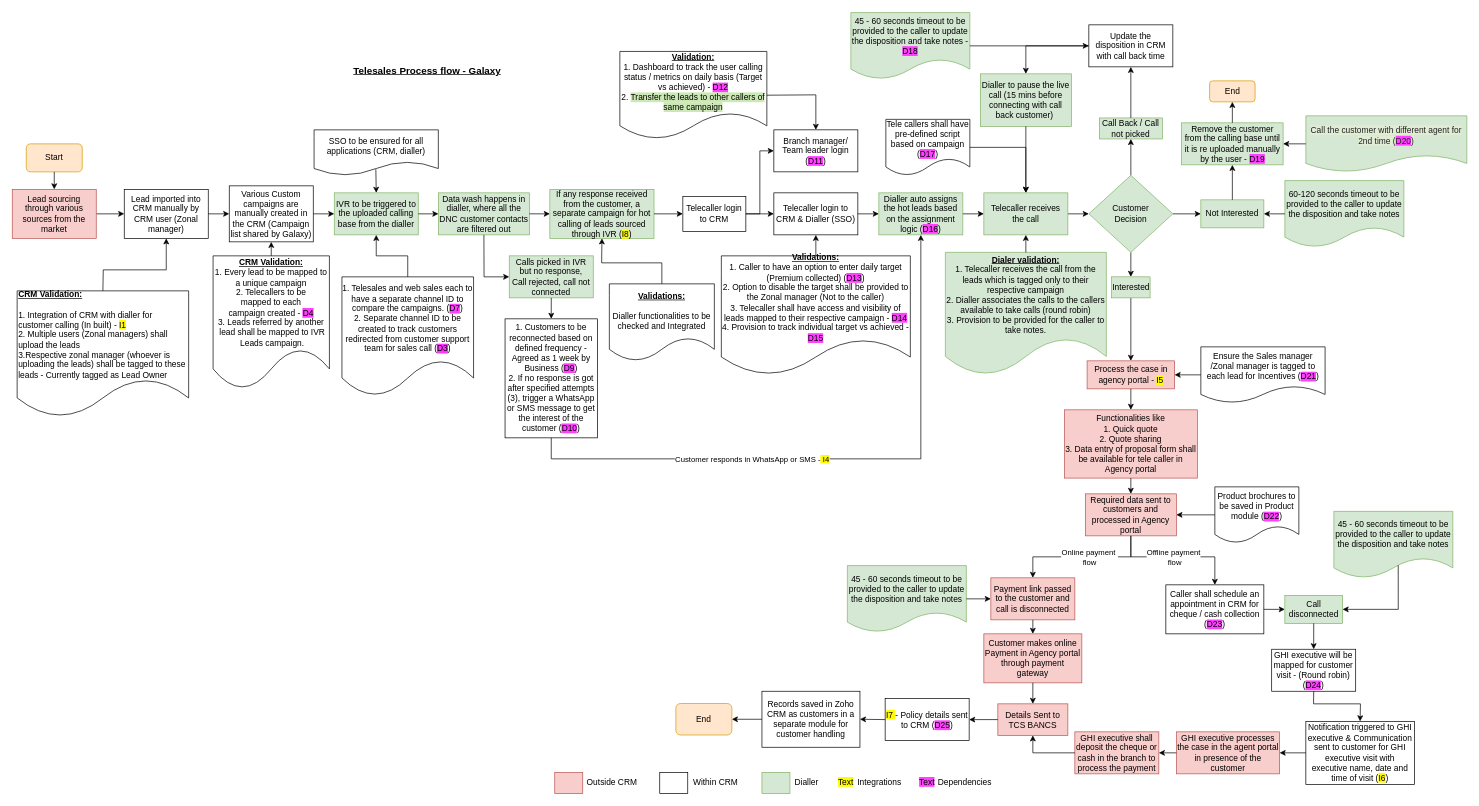
shaileshsreedar/Galaxy keeps this draw.io diagram as TeleSales Revised.drawio. Above is the earlier version. Source tidied: cells renumbered, new cells numbered last; positions are measured from the earlier drawing's top-left corner, leaving out a move shared by most shapes. Both pictures are drawn from the tidied source at 70%, with x=0, y=0 at pixel (12, 12).
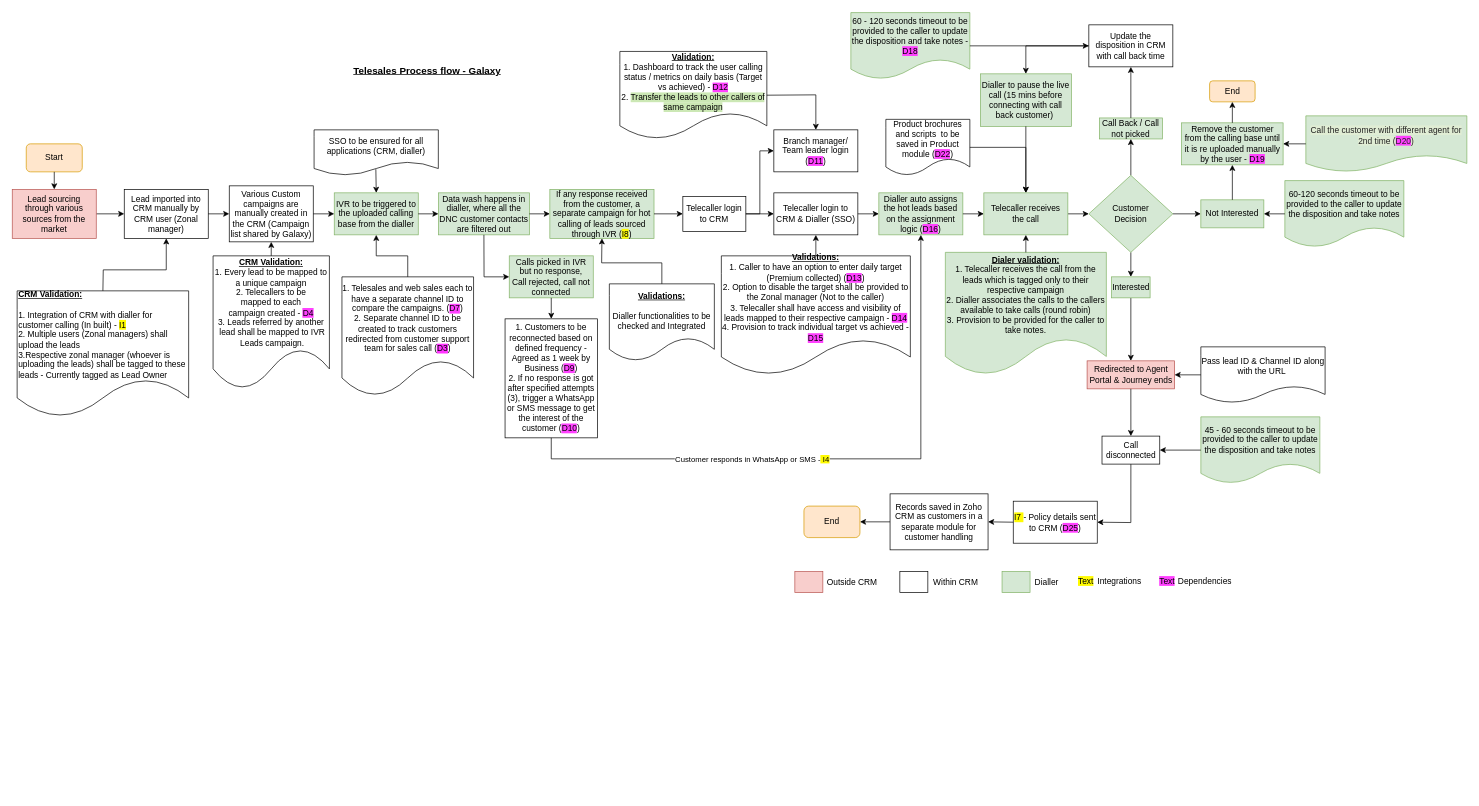
Above is the later version.

Change to the diagram source:
```diff
@@
-    <mxCell id="16" value="Process the case in agency portal - &lt;span style=&quot;background-color: rgb(255, 251, 0);&quot;&gt;I5&lt;/span&gt;" style="whiteSpace=wrap;html=1;fillColor=#f8cecc;strokeColor=#b85450;" parent="1" vertex="1">
+    <mxCell id="16" value="Redirected to Agent Portal &amp;amp; Journey ends" style="whiteSpace=wrap;html=1;fillColor=#f8cecc;strokeColor=#b85450;" parent="1" vertex="1">
       <mxGeometry x="1535.5" y="498" width="125" height="40" as="geometry" />
     </mxCell>
-    <mxCell id="17" value="Customer makes online Payment in Agency portal through payment gateway" style="whiteSpace=wrap;html=1;fillColor=#f8cecc;strokeColor=#b85450;" parent="1" vertex="1">
-      <mxGeometry x="1388" y="888" width="140" height="70" as="geometry" />
-    </mxCell>
-    <mxCell id="18" value="Details Sent to TCS BANCS" style="whiteSpace=wrap;html=1;fillColor=#f8cecc;strokeColor=#b85450;" parent="1" vertex="1">
-      <mxGeometry x="1408" y="988" width="100" height="45" as="geometry" />
-    </mxCell>
     <mxCell id="19" value="&lt;span style=&quot;background-color: rgb(255, 251, 0);&quot;&gt;I7&amp;nbsp;&lt;/span&gt;- Policy details sent to CRM (&lt;span style=&quot;background-color: rgb(255, 64, 255);&quot;&gt;D25&lt;/span&gt;)" style="whiteSpace=wrap;html=1;" parent="1" vertex="1">
-      <mxGeometry x="1247" y="980.5" width="120" height="60" as="geometry" />
+      <mxGeometry x="1430" y="698.5" width="120" height="60" as="geometry" />
     </mxCell>
     <mxCell id="20" value="Records saved in Zoho CRM as customers in a separate module for customer handling" style="whiteSpace=wrap;html=1;" parent="1" vertex="1">
-      <mxGeometry x="1071" y="970" width="140" height="80" as="geometry" />
+      <mxGeometry x="1254" y="688" width="140" height="80" as="geometry" />
     </mxCell>
@@
     <mxCell id="22" value="End" style="rounded=1;whiteSpace=wrap;html=1;fillColor=#ffe6cc;strokeColor=#d79b00;" parent="1" vertex="1">
-      <mxGeometry x="948" y="987.5" width="80" height="45" as="geometry" />
+      <mxGeometry x="1131" y="705.5" width="80" height="45" as="geometry" />
     </mxCell>
@@
-    <mxCell id="61" value="45 - 60 seconds timeout to be provided to the caller to update the disposition and take notes - &lt;span style=&quot;background-color: rgb(255, 64, 255);&quot;&gt;D18&lt;/span&gt;" style="shape=document;whiteSpace=wrap;html=1;boundedLbl=1;fillColor=#d5e8d4;strokeColor=#82b366;" parent="1" vertex="1">
+    <mxCell id="61" value="60 - 120 seconds timeout to be provided to the caller to update the disposition and take notes - &lt;span style=&quot;background-color: rgb(255, 64, 255);&quot;&gt;D18&lt;/span&gt;" style="shape=document;whiteSpace=wrap;html=1;boundedLbl=1;fillColor=#d5e8d4;strokeColor=#82b366;" parent="1" vertex="1">
       <mxGeometry x="1198" y="0.5" width="170" height="95" as="geometry" />
     </mxCell>
@@
-    <mxCell id="63" value="45 - 60 seconds timeout to be provided to the caller to update the disposition and take notes" style="shape=document;whiteSpace=wrap;html=1;boundedLbl=1;fillColor=#d5e8d4;strokeColor=#82b366;" parent="1" vertex="1">
-      <mxGeometry x="1193" y="790.5" width="170" height="95" as="geometry" />
-    </mxCell>
-    <mxCell id="64" style="endArrow=classic;html=1;rounded=0;exitX=1;exitY=0.5;exitDx=0;exitDy=0;entryX=0;entryY=0.5;entryDx=0;entryDy=0;" parent="1" edge="1" source="63" target="117">
-      <mxGeometry relative="1" as="geometry" />
-    </mxCell>
-    <mxCell id="65" value="Ensure the Sales manager /Zonal manager is tagged to each lead for Incentives (&lt;span style=&quot;background-color: rgb(255, 64, 255);&quot;&gt;D21&lt;/span&gt;)" style="shape=document;whiteSpace=wrap;html=1;boundedLbl=1;" parent="1" vertex="1">
+    <mxCell id="65" value="Pass lead ID &amp;amp; Channel ID along with the URL&amp;nbsp;" style="shape=document;whiteSpace=wrap;html=1;boundedLbl=1;" parent="1" vertex="1">
       <mxGeometry x="1698" y="478" width="177.5" height="80" as="geometry" />
     </mxCell>
@@
-    <mxCell id="67" value="Functionalities like&lt;div&gt;1. Quick quote&lt;/div&gt;&lt;div&gt;2. Quote sharing&lt;/div&gt;&lt;div&gt;3. Data entry of proposal form shall be available for tele caller in Agency portal&lt;/div&gt;" style="rounded=0;whiteSpace=wrap;html=1;fillColor=#f8cecc;strokeColor=#b85450;" parent="1" vertex="1">
-      <mxGeometry x="1503" y="568" width="190" height="97.5" as="geometry" />
-    </mxCell>
-    <mxCell id="68" style="endArrow=classic;html=1;rounded=0;exitX=0.5;exitY=1;exitDx=0;exitDy=0;entryX=0.5;entryY=0;entryDx=0;entryDy=0;" parent="1" edge="1" source="16" target="67">
+    <mxCell id="68" style="endArrow=classic;html=1;rounded=0;exitX=0.5;exitY=1;exitDx=0;exitDy=0;entryX=0.5;entryY=0;entryDx=0;entryDy=0;" parent="1" edge="1" source="16" target="119">
       <mxGeometry relative="1" as="geometry" />
     </mxCell>
-    <mxCell id="69" value="Required data sent to customers and processed in Agency portal" style="rounded=0;whiteSpace=wrap;html=1;fillColor=#f8cecc;strokeColor=#b85450;" parent="1" vertex="1">
-      <mxGeometry x="1533" y="688" width="130" height="60" as="geometry" />
-    </mxCell>
-    <mxCell id="70" style="endArrow=classic;html=1;rounded=0;exitX=0.5;exitY=1;exitDx=0;exitDy=0;entryX=0.5;entryY=0;entryDx=0;entryDy=0;" parent="1" edge="1" source="67" target="69">
-      <mxGeometry relative="1" as="geometry" />
-    </mxCell>
-    <mxCell id="71" style="endArrow=classic;html=1;rounded=0;exitX=0.5;exitY=1;exitDx=0;exitDy=0;entryX=0.5;entryY=0;entryDx=0;entryDy=0;" parent="1" edge="1" source="69" target="117">
-      <mxGeometry relative="1" as="geometry">
-        <Array as="points">
-          <mxPoint x="1598" y="778" />
-          <mxPoint x="1458" y="778" />
-        </Array>
-      </mxGeometry>
-    </mxCell>
-    <mxCell id="72" value="Online payment&amp;nbsp;&lt;div&gt;flow&lt;/div&gt;" style="edgeLabel;html=1;align=center;verticalAlign=middle;" parent="71" vertex="1">
-      <mxGeometry x="0.03" relative="1" as="geometry">
-        <mxPoint x="13" as="offset" />
-      </mxGeometry>
-    </mxCell>
-    <mxCell id="73" value="Caller shall schedule an appointment in CRM for cheque / cash collection (&lt;span style=&quot;background-color: rgb(255, 64, 255);&quot;&gt;D23&lt;/span&gt;)" style="whiteSpace=wrap;html=1;" parent="1" vertex="1">
-      <mxGeometry x="1648" y="818" width="140" height="70" as="geometry" />
-    </mxCell>
-    <mxCell id="74" value="GHI executive will be mapped for customer visit - (Round robin)(&lt;span style=&quot;background-color: rgb(255, 64, 255);&quot;&gt;D24&lt;/span&gt;)" style="rounded=0;whiteSpace=wrap;html=1;" parent="1" vertex="1">
-      <mxGeometry x="1799.2" y="910" width="120" height="60" as="geometry" />
-    </mxCell>
-    <mxCell id="75" value="Notification triggered to GHI executive &amp;amp; Communication sent to customer for GHI executive visit with executive name, date and time of visit (&lt;span style=&quot;background-color: rgb(255, 251, 0);&quot;&gt;I6&lt;/span&gt;)" style="rounded=0;whiteSpace=wrap;html=1;" parent="1" vertex="1">
-      <mxGeometry x="1848" y="1013" width="155" height="90" as="geometry" />
-    </mxCell>
-    <mxCell id="76" style="endArrow=classic;html=1;rounded=0;exitX=0.5;exitY=1;exitDx=0;exitDy=0;entryX=0.5;entryY=0;entryDx=0;entryDy=0;" parent="1" edge="1" source="69" target="73">
-      <mxGeometry relative="1" as="geometry">
-        <Array as="points">
-          <mxPoint x="1598" y="778" />
-          <mxPoint x="1718" y="778" />
-        </Array>
-      </mxGeometry>
-    </mxCell>
-    <mxCell id="77" value="Offline payment&lt;div&gt;&amp;nbsp;flow&lt;/div&gt;" style="edgeLabel;html=1;align=center;verticalAlign=middle;" parent="76" vertex="1">
-      <mxGeometry x="0.08" relative="1" as="geometry">
-        <mxPoint x="-13" as="offset" />
-      </mxGeometry>
-    </mxCell>
-    <mxCell id="78" style="endArrow=classic;html=1;rounded=0;exitX=1;exitY=0.5;exitDx=0;exitDy=0;entryX=0;entryY=0.5;entryDx=0;entryDy=0;" parent="1" edge="1" source="73" target="119">
-      <mxGeometry relative="1" as="geometry" />
-    </mxCell>
-    <mxCell id="79" style="endArrow=classic;html=1;rounded=0;exitX=0.5;exitY=1;exitDx=0;exitDy=0;entryX=0.5;entryY=0;entryDx=0;entryDy=0;" parent="1" edge="1" source="74" target="75">
-      <mxGeometry relative="1" as="geometry">
-        <Array as="points">
-          <mxPoint x="1859" y="988" />
-          <mxPoint x="1926" y="988" />
-        </Array>
-      </mxGeometry>
-    </mxCell>
-    <mxCell id="80" value="GHI executive processes the case in the agent portal in presence of the customer" style="rounded=0;whiteSpace=wrap;html=1;fillColor=#f8cecc;strokeColor=#b85450;" parent="1" vertex="1">
-      <mxGeometry x="1663" y="1028" width="147.5" height="60" as="geometry" />
-    </mxCell>
-    <mxCell id="81" value="GHI executive shall deposit the cheque or cash in the branch to process the payment" style="rounded=0;whiteSpace=wrap;html=1;fillColor=#f8cecc;strokeColor=#b85450;" parent="1" vertex="1">
-      <mxGeometry x="1518" y="1028" width="120" height="60" as="geometry" />
-    </mxCell>
-    <mxCell id="82" style="endArrow=classic;html=1;rounded=0;exitX=0;exitY=0.5;exitDx=0;exitDy=0;entryX=1;entryY=0.5;entryDx=0;entryDy=0;" parent="1" edge="1" source="80" target="81">
-      <mxGeometry relative="1" as="geometry" />
-    </mxCell>
-    <mxCell id="83" style="endArrow=classic;html=1;rounded=0;exitX=0.5;exitY=1;exitDx=0;exitDy=0;entryX=0.5;entryY=0;entryDx=0;entryDy=0;" parent="1" edge="1" source="17" target="18">
-      <mxGeometry relative="1" as="geometry" />
-    </mxCell>
-    <mxCell id="84" style="endArrow=classic;html=1;rounded=0;exitX=0;exitY=0.5;exitDx=0;exitDy=0;entryX=0.5;entryY=1;entryDx=0;entryDy=0;" parent="1" edge="1" source="81" target="18">
-      <mxGeometry relative="1" as="geometry">
-        <Array as="points">
-          <mxPoint x="1458" y="1058" />
-        </Array>
-      </mxGeometry>
-    </mxCell>
-    <mxCell id="85" style="endArrow=classic;html=1;rounded=0;exitX=0;exitY=0.5;exitDx=0;exitDy=0;entryX=1;entryY=0.5;entryDx=0;entryDy=0;" parent="1" edge="1" source="18" target="19">
-      <mxGeometry relative="1" as="geometry" />
+    <mxCell id="85" style="endArrow=classic;html=1;rounded=0;exitX=0.5;exitY=1;exitDx=0;exitDy=0;entryX=1;entryY=0.5;entryDx=0;entryDy=0;" parent="1" edge="1" source="119" target="19">
+      <mxGeometry relative="1" as="geometry">
+        <Array as="points">
+          <mxPoint x="1598" y="729" />
+        </Array>
+      </mxGeometry>
     </mxCell>
@@
-    <mxCell id="87" value="Tele callers shall have pre-defined script based on campaign (&lt;span style=&quot;background-color: rgb(255, 64, 255);&quot;&gt;D17&lt;/span&gt;)" style="shape=document;whiteSpace=wrap;html=1;boundedLbl=1;" parent="1" vertex="1">
+    <mxCell id="87" value="Product brochures and scripts &amp;nbsp;to be saved in Product module (&lt;span style=&quot;background-color: rgb(255, 64, 255);&quot;&gt;D22&lt;/span&gt;)" style="shape=document;whiteSpace=wrap;html=1;boundedLbl=1;" parent="1" vertex="1">
       <mxGeometry x="1248" y="153" width="120" height="80" as="geometry" />
     </mxCell>
@@
-    <mxCell id="104" value="Product brochures to be saved in Product module (&lt;span style=&quot;background-color: rgb(255, 64, 255);&quot;&gt;D22&lt;/span&gt;)" style="shape=document;whiteSpace=wrap;html=1;boundedLbl=1;" parent="1" vertex="1">
-      <mxGeometry x="1718" y="678" width="120" height="80" as="geometry" />
-    </mxCell>
-    <mxCell id="105" style="endArrow=classic;html=1;rounded=0;exitX=0;exitY=0.5;exitDx=0;exitDy=0;entryX=1;entryY=0.5;entryDx=0;entryDy=0;" parent="1" edge="1" source="104" target="69">
-      <mxGeometry relative="1" as="geometry" />
-    </mxCell>
@@
     <mxCell id="107" style="rounded=0;whiteSpace=wrap;html=1;fillColor=#f8cecc;strokeColor=#b85450;" parent="1" vertex="1">
-      <mxGeometry x="775" y="1086" width="40" height="30" as="geometry" />
+      <mxGeometry x="1118" y="799" width="40" height="30" as="geometry" />
     </mxCell>
     <mxCell id="108" value="Outside CRM" style="text;html=1;align=center;verticalAlign=middle;whiteSpace=wrap;rounded=0;" parent="1" vertex="1">
-      <mxGeometry x="812" y="1086" width="90" height="30" as="geometry" />
+      <mxGeometry x="1155" y="799" width="90" height="30" as="geometry" />
     </mxCell>
     <mxCell id="109" style="rounded=0;whiteSpace=wrap;html=1;" parent="1" vertex="1">
-      <mxGeometry x="925" y="1086" width="40" height="30" as="geometry" />
+      <mxGeometry x="1268" y="799" width="40" height="30" as="geometry" />
     </mxCell>
     <mxCell id="110" value="Within CRM" style="text;html=1;align=center;verticalAlign=middle;whiteSpace=wrap;rounded=0;" parent="1" vertex="1">
-      <mxGeometry x="960" y="1086" width="90" height="30" as="geometry" />
+      <mxGeometry x="1303" y="799" width="90" height="30" as="geometry" />
     </mxCell>
     <mxCell id="111" style="rounded=0;whiteSpace=wrap;html=1;fillColor=#d5e8d4;strokeColor=#82b366;" parent="1" vertex="1">
-      <mxGeometry x="1071" y="1086" width="40" height="30" as="geometry" />
+      <mxGeometry x="1414" y="799" width="40" height="30" as="geometry" />
     </mxCell>
     <mxCell id="112" value="Dialler" style="text;html=1;align=center;verticalAlign=middle;whiteSpace=wrap;rounded=0;" parent="1" vertex="1">
-      <mxGeometry x="1090" y="1086" width="90" height="30" as="geometry" />
+      <mxGeometry x="1433" y="799" width="90" height="30" as="geometry" />
     </mxCell>
     <mxCell id="113" value="&lt;span style=&quot;background-color: rgb(255, 251, 0);&quot;&gt;Text&lt;/span&gt;" style="text;html=1;align=center;verticalAlign=middle;whiteSpace=wrap;rounded=0;" parent="1" vertex="1">
-      <mxGeometry x="1161" y="1085" width="60" height="30" as="geometry" />
+      <mxGeometry x="1504" y="798" width="60" height="30" as="geometry" />
     </mxCell>
     <mxCell id="114" value="Integrations" style="text;html=1;align=center;verticalAlign=middle;whiteSpace=wrap;rounded=0;" parent="1" vertex="1">
-      <mxGeometry x="1194" y="1085" width="90" height="30" as="geometry" />
+      <mxGeometry x="1537" y="798" width="90" height="30" as="geometry" />
     </mxCell>
     <mxCell id="115" value="&lt;span style=&quot;background-color: rgb(255, 64, 255);&quot;&gt;Text&lt;/span&gt;" style="text;html=1;align=center;verticalAlign=middle;whiteSpace=wrap;rounded=0;" parent="1" vertex="1">
-      <mxGeometry x="1277" y="1085" width="60" height="30" as="geometry" />
+      <mxGeometry x="1620" y="798" width="60" height="30" as="geometry" />
     </mxCell>
     <mxCell id="116" value="Dependencies" style="text;html=1;align=center;verticalAlign=middle;whiteSpace=wrap;rounded=0;" parent="1" vertex="1">
-      <mxGeometry x="1316" y="1085" width="90" height="30" as="geometry" />
+      <mxGeometry x="1659" y="798" width="90" height="30" as="geometry" />
     </mxCell>
-    <mxCell id="117" value="Payment link passed to the customer and call is disconnected" style="rounded=0;whiteSpace=wrap;html=1;fillColor=#f8cecc;strokeColor=#b85450;" parent="1" vertex="1">
-      <mxGeometry x="1398" y="808" width="120" height="60" as="geometry" />
-    </mxCell>
-    <mxCell id="118" style="endArrow=classic;html=1;rounded=0;exitX=0.5;exitY=1;exitDx=0;exitDy=0;entryX=0.5;entryY=0;entryDx=0;entryDy=0;" parent="1" edge="1" source="117" target="17">
-      <mxGeometry relative="1" as="geometry" />
-    </mxCell>
-    <mxCell id="119" value="Call disconnected" style="rounded=0;whiteSpace=wrap;html=1;fillColor=#d5e8d4;strokeColor=#82b366;" parent="1" vertex="1">
-      <mxGeometry x="1818" y="833" width="82.5" height="40" as="geometry" />
+    <mxCell id="119" value="Call disconnected" style="rounded=0;whiteSpace=wrap;html=1;" parent="1" vertex="1">
+      <mxGeometry x="1556.8" y="605.5" width="82.5" height="40" as="geometry" />
     </mxCell>
     <mxCell id="120" value="45 - 60 seconds timeout to be provided to the caller to update the disposition and take notes" style="shape=document;whiteSpace=wrap;html=1;boundedLbl=1;fillColor=#d5e8d4;strokeColor=#82b366;" parent="1" vertex="1">
-      <mxGeometry x="1888" y="713" width="170" height="95" as="geometry" />
+      <mxGeometry x="1698" y="578" width="170" height="95" as="geometry" />
     </mxCell>
-    <mxCell id="121" style="endArrow=classic;html=1;rounded=0;exitX=0.541;exitY=0.811;exitDx=0;exitDy=0;exitPerimeter=0;entryX=1;entryY=0.5;entryDx=0;entryDy=0;" parent="1" edge="1" source="120" target="119">
-      <mxGeometry relative="1" as="geometry">
-        <Array as="points">
-          <mxPoint x="1980" y="853" />
-        </Array>
-      </mxGeometry>
+    <mxCell id="121" style="endArrow=classic;html=1;rounded=0;exitX=0;exitY=0.5;exitDx=0;exitDy=0;entryX=1;entryY=0.5;entryDx=0;entryDy=0;" parent="1" edge="1" source="120" target="119">
+      <mxGeometry relative="1" as="geometry" />
     </mxCell>
-    <mxCell id="122" style="endArrow=classic;html=1;rounded=0;exitX=0.5;exitY=1;exitDx=0;exitDy=0;entryX=0.5;entryY=0;entryDx=0;entryDy=0;" parent="1" edge="1" source="119" target="74">
-      <mxGeometry relative="1" as="geometry" />
-    </mxCell>
-    <mxCell id="123" style="endArrow=classic;html=1;rounded=0;exitX=0;exitY=0.5;exitDx=0;exitDy=0;entryX=1;entryY=0.5;entryDx=0;entryDy=0;" parent="1" edge="1" source="75" target="80">
-      <mxGeometry relative="1" as="geometry" />
-    </mxCell>
```
